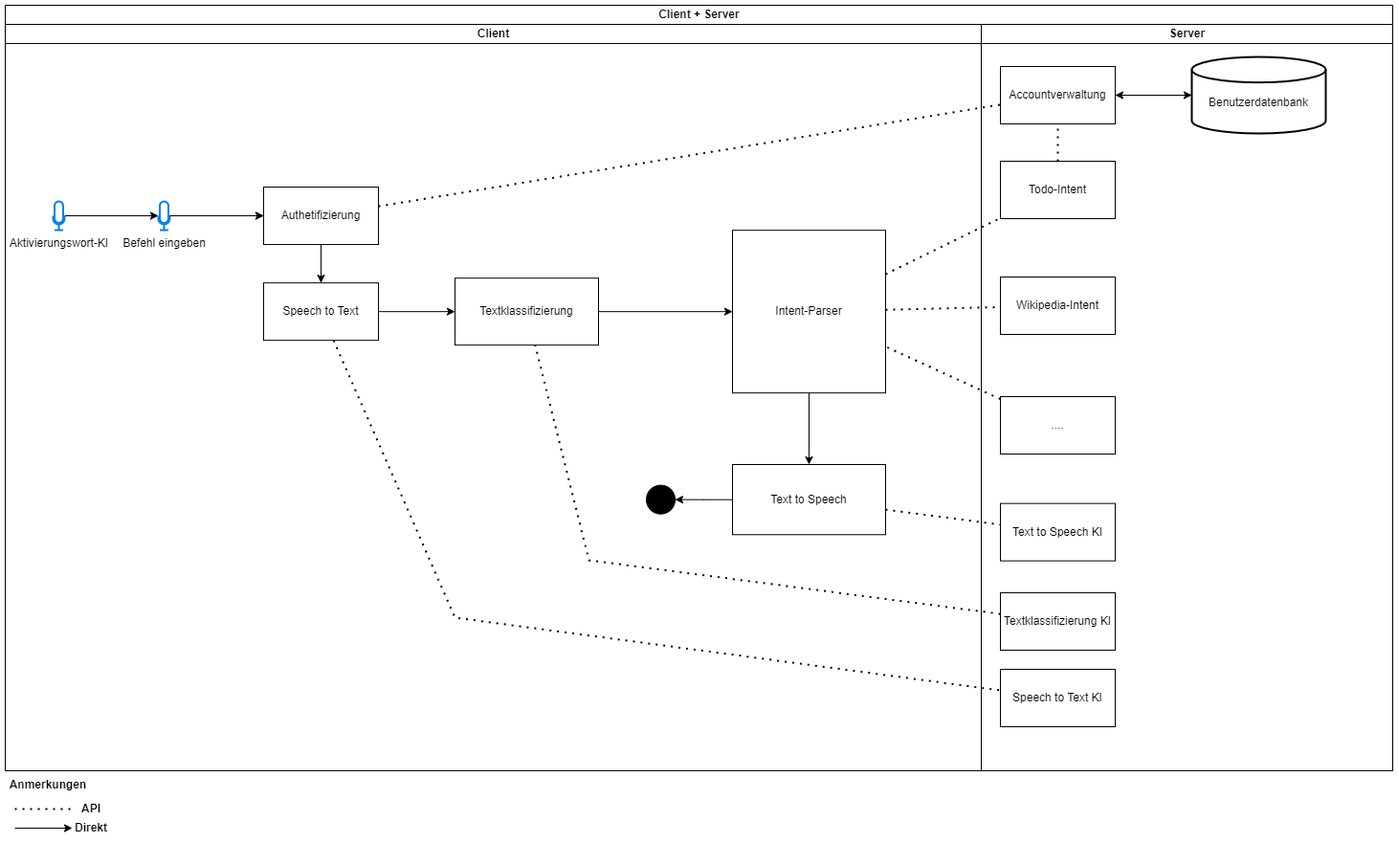
Above: docs/docs_image/aktivitätsdiagramm.drawio.png in anastasia98s/PS2 (draw.io), before the change. Source tidied: cells renumbered, new cells last; positions are measured from the earlier drawing's top-left corner, leaving out a move shared by most shapes.
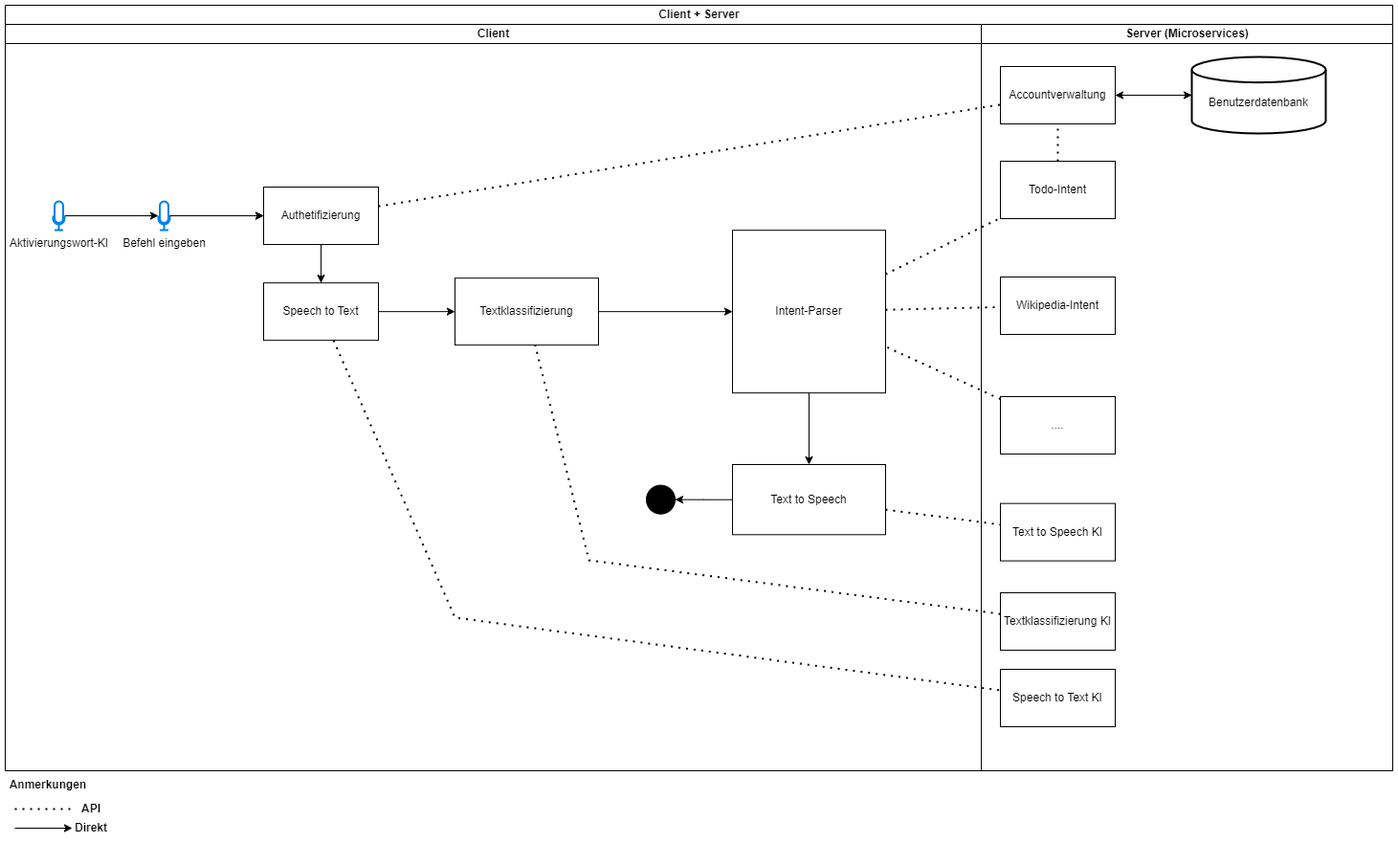
After the change.

Change to the diagram source:
```diff
@@ -85,7 +85,7 @@
     <mxCell id="26" style="endArrow=none;dashed=1;html=1;dashPattern=1 3;strokeWidth=2;rounded=0;" parent="2" edge="1" source="16" target="34">
       <mxGeometry relative="1" as="geometry" />
     </mxCell>
-    <mxCell id="27" value="Server" style="swimlane;startSize=20;html=1;" parent="2" vertex="1">
+    <mxCell id="27" value="Server (Microservices)" style="swimlane;startSize=20;html=1;" parent="2" vertex="1">
       <mxGeometry x="1020" y="20" width="430" height="780" as="geometry" />
     </mxCell>
     <mxCell id="28" value="Todo-Intent" style="rounded=0;whiteSpace=wrap;html=1;" parent="27" vertex="1">
```
